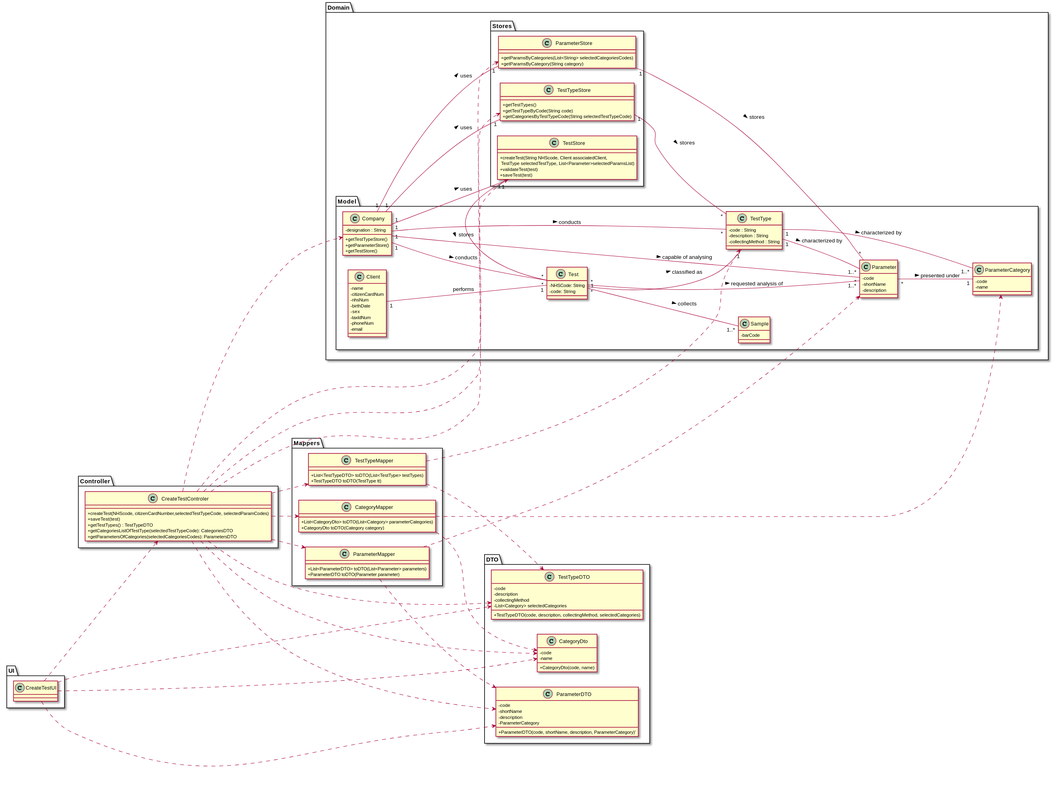
Above: docs/SprintC/US_4/US4_CD.svg in ana-albergaria/LAPR2-ISEP (PlantUML), before the change.
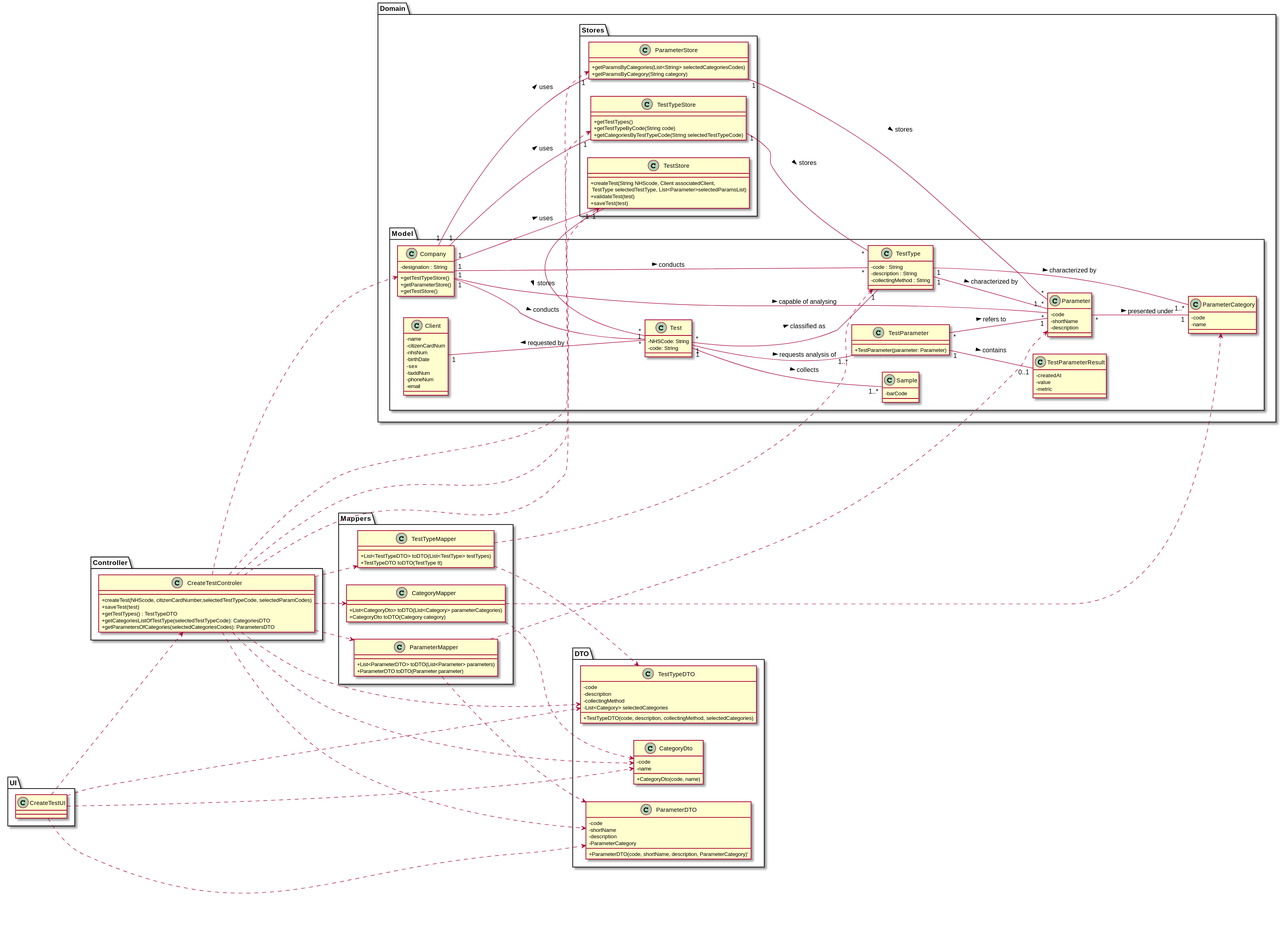
After the commit.

Commit message:
changing test object to contain a testParameter object instead only a parameter list objects

What changed in the source:
```diff
@@ -11,7 +11,14 @@
 
 package Domain <<Folder>> {
     package Model <<Folder>> {
-
+        class TestParameter{
+            +TestParameter(parameter: Parameter)
+        }
+        class TestParameterResult{
+        - createdAt
+        - value
+        - metric
+        }
         class TestType {
         - code : String
         - description : String
@@ -161,9 +168,11 @@
 Company "1" -- "*" Test : conducts >
 Company "1" -- "*" Parameter : capable of analysing >
 Test "*" -- "1" TestType : classified as >
-Test "*" -- "1..*" Parameter : requested analysis of >
+Test "1" -- "1..*" TestParameter : requests analysis of >
+TestParameter "*" -- "1" Parameter : refers to >
+TestParameter "1" -- "0..1" TestParameterResult : contains >
 Test "1" -- "1..*" Sample : collects >
-Client "1" -- "1" Test : performs
+Client "1" -- "1" Test : requested by <
 Parameter "*" -- "1" ParameterCategory: presented under >
 TestType "1" -- "1..*" ParameterCategory : characterized by >
 
```
